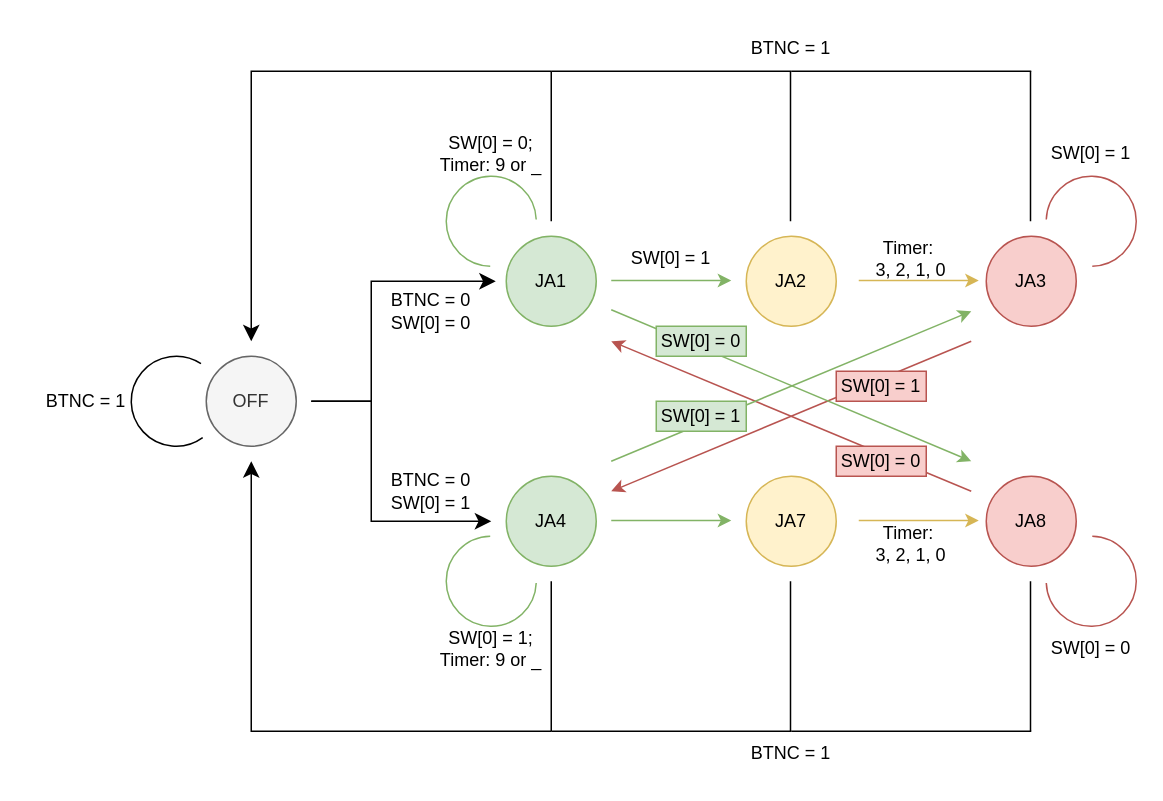
This is FSM.drawio from Duct007/Diagram, a draw.io file, before an edit. Source tidied: cells renumbered, new cells numbered last; positions are measured from the earlier drawing's top-left corner, leaving out a move shared by most shapes. Both pictures are drawn from the tidied source at 150%, with x=0, y=0 at pixel (26, 26).
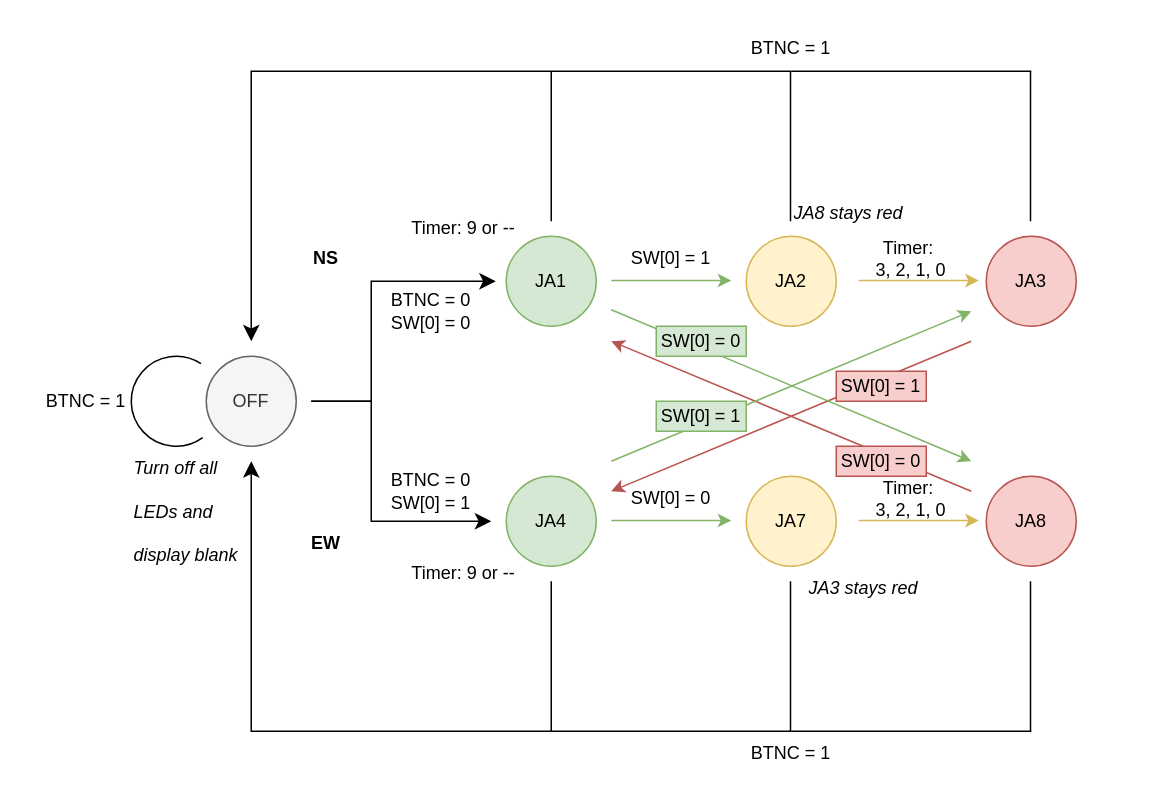
The same page after the edit.

Diff of the diagram source:
```diff
@@
-    <mxCell id="2" style="shape=mxgraph.basic.arc;html=1;startAngle=0.5036580900160923;endAngle=0.24363719432600411;endArrow=classic;endFill=1;fillColor=#d5e8d4;strokeColor=#82b366;" parent="1" vertex="1">
-      <mxGeometry x="280" y="100" width="60" height="60" as="geometry" />
-    </mxCell>
-    <mxCell id="3" style="shape=mxgraph.basic.arc;html=1;startAngle=0.5036580900160923;endAngle=0.24363719432600411;endArrow=classic;endFill=1;direction=west;flipH=0;legacyAnchorPoints=0;flipV=1;rotation=-180;fillColor=#d5e8d4;strokeColor=#82b366;" parent="1" vertex="1">
-      <mxGeometry x="280" y="340" width="60" height="60" as="geometry" />
-    </mxCell>
@@
-    <mxCell id="10" value="SW[0] = 0; Timer: 9 or _" style="text;html=1;whiteSpace=wrap;strokeColor=none;fillColor=none;align=center;verticalAlign=middle;rounded=0;" parent="1" vertex="1">
-      <mxGeometry x="275" y="70" width="70" height="30" as="geometry" />
-    </mxCell>
@@
     <mxCell id="27" value="Timer:&amp;nbsp;&lt;div&gt;3, 2, 1, 0&lt;/div&gt;" style="text;html=1;whiteSpace=wrap;strokeColor=none;fillColor=none;align=center;verticalAlign=middle;rounded=0;" parent="1" vertex="1">
-      <mxGeometry x="550" y="330" width="80" height="30" as="geometry" />
+      <mxGeometry x="550" y="300" width="80" height="30" as="geometry" />
     </mxCell>
@@
-    <mxCell id="52" value="SW[0] = 1; Timer: 9 or _" style="text;html=1;whiteSpace=wrap;strokeColor=none;fillColor=none;align=center;verticalAlign=middle;rounded=0;" parent="1" vertex="1">
-      <mxGeometry x="275" y="400" width="70" height="30" as="geometry" />
+    <mxCell id="52" value="&amp;nbsp;Timer: 9 or --" style="text;html=1;whiteSpace=wrap;strokeColor=none;fillColor=none;align=center;verticalAlign=middle;rounded=0;" parent="1" vertex="1">
+      <mxGeometry x="250" y="350" width="80" height="30" as="geometry" />
     </mxCell>
-    <mxCell id="53" style="shape=mxgraph.basic.arc;html=1;startAngle=0.5036580900160923;endAngle=0.24363719432600411;endArrow=classic;endFill=1;fillColor=#f8cecc;strokeColor=#b85450;flipV=0;legacyAnchorPoints=0;flipH=1;" parent="1" vertex="1">
-      <mxGeometry x="680" y="100" width="60" height="60" as="geometry" />
-    </mxCell>
-    <mxCell id="54" value="SW[0] = 1" style="text;html=1;whiteSpace=wrap;strokeColor=none;fillColor=none;align=center;verticalAlign=middle;rounded=0;" parent="1" vertex="1">
-      <mxGeometry x="680" y="70" width="60" height="30" as="geometry" />
-    </mxCell>
-    <mxCell id="55" style="shape=mxgraph.basic.arc;html=1;startAngle=0.5036580900160923;endAngle=0.24363719432600411;endArrow=classic;endFill=1;fillColor=#f8cecc;strokeColor=#b85450;flipV=1;legacyAnchorPoints=0;flipH=1;" parent="1" vertex="1">
-      <mxGeometry x="680" y="340" width="60" height="60" as="geometry" />
-    </mxCell>
-    <mxCell id="56" value="SW[0] = 0" style="text;html=1;whiteSpace=wrap;strokeColor=none;fillColor=none;align=center;verticalAlign=middle;rounded=0;" parent="1" vertex="1">
-      <mxGeometry x="680" y="400" width="60" height="30" as="geometry" />
-    </mxCell>
@@
+    <mxCell id="56" value="SW[0] = 0" style="text;html=1;whiteSpace=wrap;strokeColor=none;fillColor=none;align=center;verticalAlign=middle;rounded=0;" parent="1" vertex="1">
+      <mxGeometry x="400" y="300" width="60" height="30" as="geometry" />
+    </mxCell>
+    <mxCell id="60" value="&lt;b&gt;NS&lt;/b&gt;" style="text;html=1;whiteSpace=wrap;strokeColor=none;fillColor=none;align=center;verticalAlign=middle;rounded=0;" parent="1" vertex="1">
+      <mxGeometry x="170" y="140" width="60" height="30" as="geometry" />
+    </mxCell>
+    <mxCell id="61" value="&lt;b&gt;EW&lt;/b&gt;" style="text;html=1;whiteSpace=wrap;strokeColor=none;fillColor=none;align=center;verticalAlign=middle;rounded=0;" parent="1" vertex="1">
+      <mxGeometry x="170" y="330" width="60" height="30" as="geometry" />
+    </mxCell>
+    <mxCell id="62" value="&amp;nbsp;Timer: 9 or --" style="text;html=1;whiteSpace=wrap;strokeColor=none;fillColor=none;align=center;verticalAlign=middle;rounded=0;" parent="1" vertex="1">
+      <mxGeometry x="250" y="120" width="80" height="30" as="geometry" />
+    </mxCell>
+    <mxCell id="63" value="&lt;h1 style=&quot;margin-top: 0px;&quot;&gt;&lt;span style=&quot;background-color: transparent; color: light-dark(#000000, var(--ge-light-color, #ffffff)); font-size: 12px; font-weight: normal;&quot;&gt;&lt;i&gt;Turn off all LEDs and display blank&lt;/i&gt;&lt;/span&gt;&lt;/h1&gt;" style="text;html=1;whiteSpace=wrap;overflow=hidden;rounded=0;" parent="1" vertex="1">
+      <mxGeometry x="70" y="270" width="90" height="120" as="geometry" />
+    </mxCell>
+    <mxCell id="64" value="&lt;h1 style=&quot;margin-top: 0px;&quot;&gt;&lt;span style=&quot;background-color: transparent; color: light-dark(#000000, var(--ge-light-color, #ffffff)); font-size: 12px; font-weight: normal;&quot;&gt;&lt;i&gt;JA3 stays red&lt;/i&gt;&lt;/span&gt;&lt;/h1&gt;" style="text;html=1;whiteSpace=wrap;overflow=hidden;rounded=0;" parent="1" vertex="1">
+      <mxGeometry x="520" y="350" width="90" height="40" as="geometry" />
+    </mxCell>
+    <mxCell id="65" value="&lt;h1 style=&quot;margin-top: 0px;&quot;&gt;&lt;span style=&quot;background-color: transparent; color: light-dark(#000000, var(--ge-light-color, #ffffff)); font-size: 12px; font-weight: normal;&quot;&gt;&lt;i&gt;JA8 stays red&lt;/i&gt;&lt;/span&gt;&lt;/h1&gt;" style="text;html=1;whiteSpace=wrap;overflow=hidden;rounded=0;" parent="1" vertex="1">
+      <mxGeometry x="510" y="100" width="90" height="40" as="geometry" />
+    </mxCell>
```
